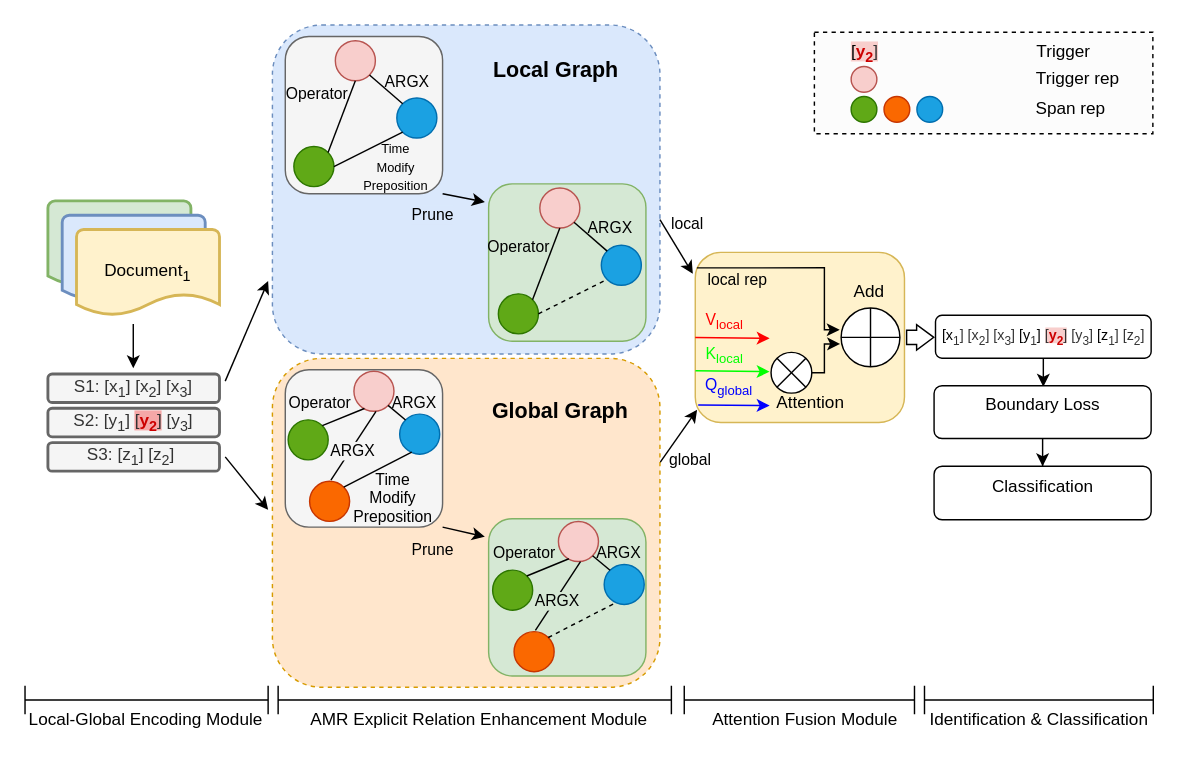
Before: model-modify2.drawio in crawlerWPS/drawing, a draw.io diagram. Source tidied: cells renumbered, new cells numbered last; positions are measured from the earlier drawing's top-left corner, leaving out a move shared by most shapes. Both pictures are drawn from the tidied source at 143%, with x=0, y=0 at pixel (24, 24).
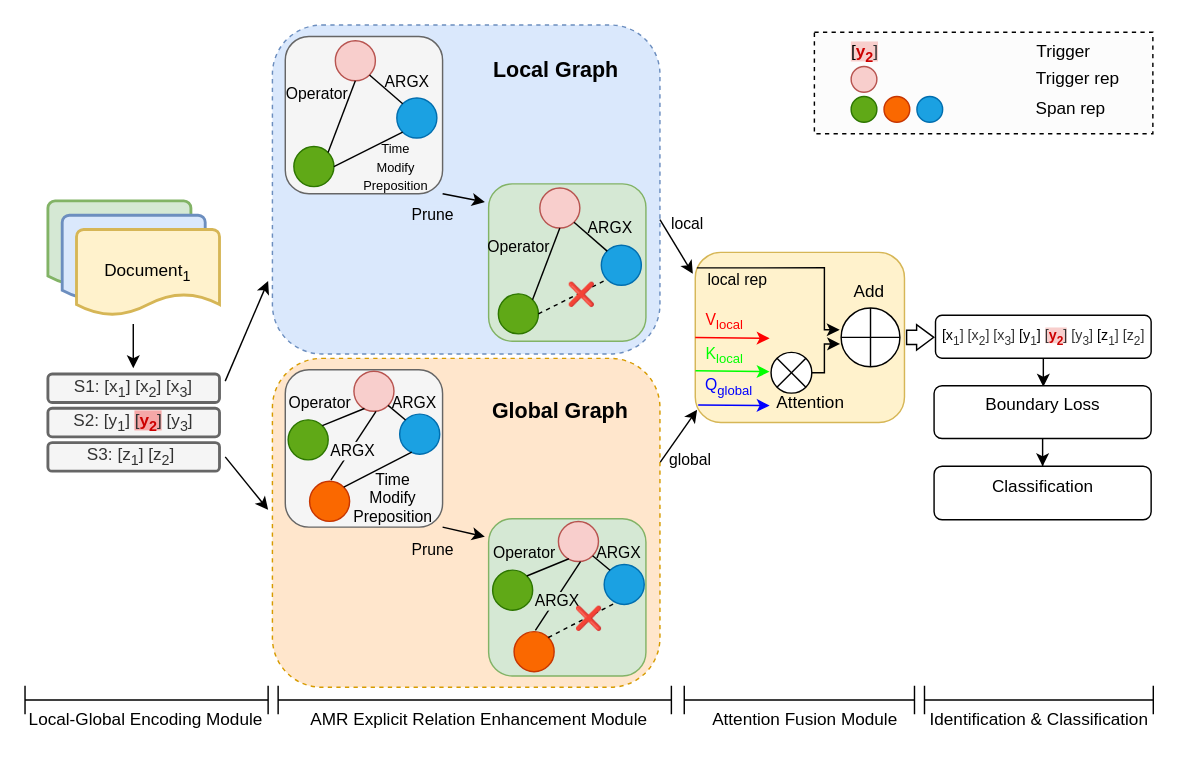
After the change.

The change refers to these unchanged cells:
```xml
<mxCell id="64" style="endArrow=none;html=1;rounded=0;entryX=0;entryY=1;entryDx=0;entryDy=0;exitX=1;exitY=0.5;exitDx=0;exitDy=0;dashed=1;" parent="1" edge="1" source="61" target="60">
  <mxGeometry relative="1" as="geometry" />
</mxCell>
<mxCell id="93" style="endArrow=none;html=1;rounded=0;entryX=0.301;entryY=0.951;entryDx=0;entryDy=0;entryPerimeter=0;exitX=1;exitY=0;exitDx=0;exitDy=0;labelBackgroundColor=none;dashed=1;" parent="1" edge="1" source="90" target="84">
  <mxGeometry y="-23" relative="1" as="geometry" />
</mxCell>
```

Diff of the diagram source:
```diff
@@
+    <mxCell id="103" value="❌" style="edgeLabel;html=1;align=center;verticalAlign=middle;labelBackgroundColor=none;fontSize=16;" parent="64" vertex="1">
+      <mxGeometry x="0.33" relative="1" as="geometry">
+        <mxPoint x="-3" y="2" as="offset" />
+      </mxGeometry>
+    </mxCell>
@@
+    <mxCell id="104" value="❌" style="edgeLabel;html=1;align=center;verticalAlign=middle;labelBackgroundColor=none;fontSize=16;" parent="93" vertex="1">
+      <mxGeometry x="0.26" y="2" relative="1" as="geometry">
+        <mxPoint x="-2" y="4" as="offset" />
+      </mxGeometry>
+    </mxCell>
```
